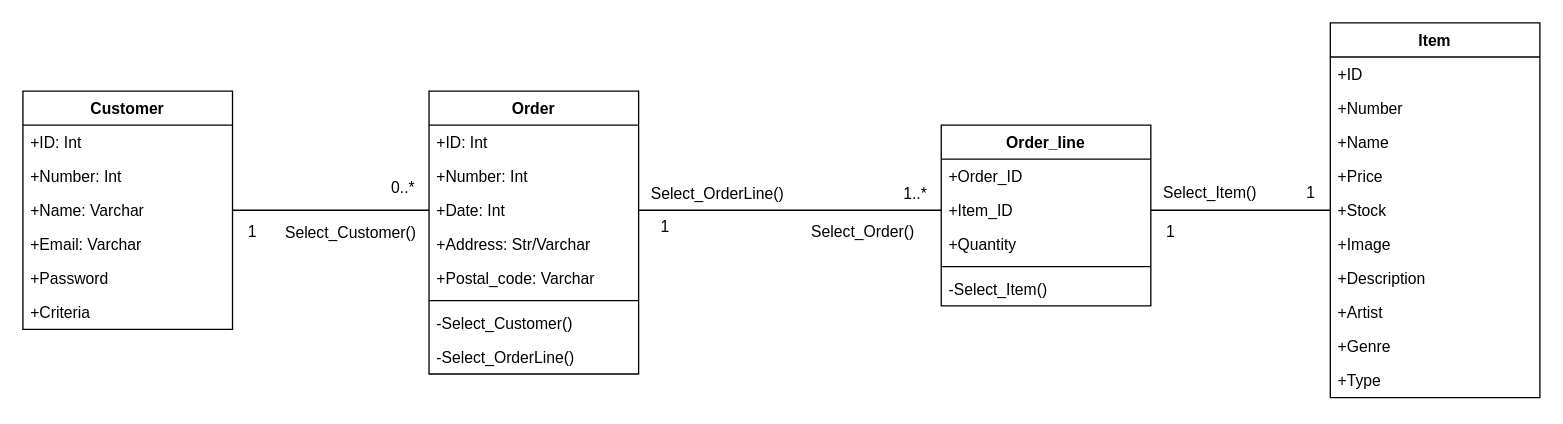
Earlier version of the draw.io diagram documents/RTR-CD-Class_Diagram-V1-JD.drawio (Reillum/educom-webshop-runtime-records-1739178221). Source tidied: cells renumbered, new cells numbered last; positions are measured from the earlier drawing's top-left corner, leaving out a move shared by most shapes. Both pictures are drawn from the tidied source at 131%, with x=0, y=0 at pixel (22, 22).
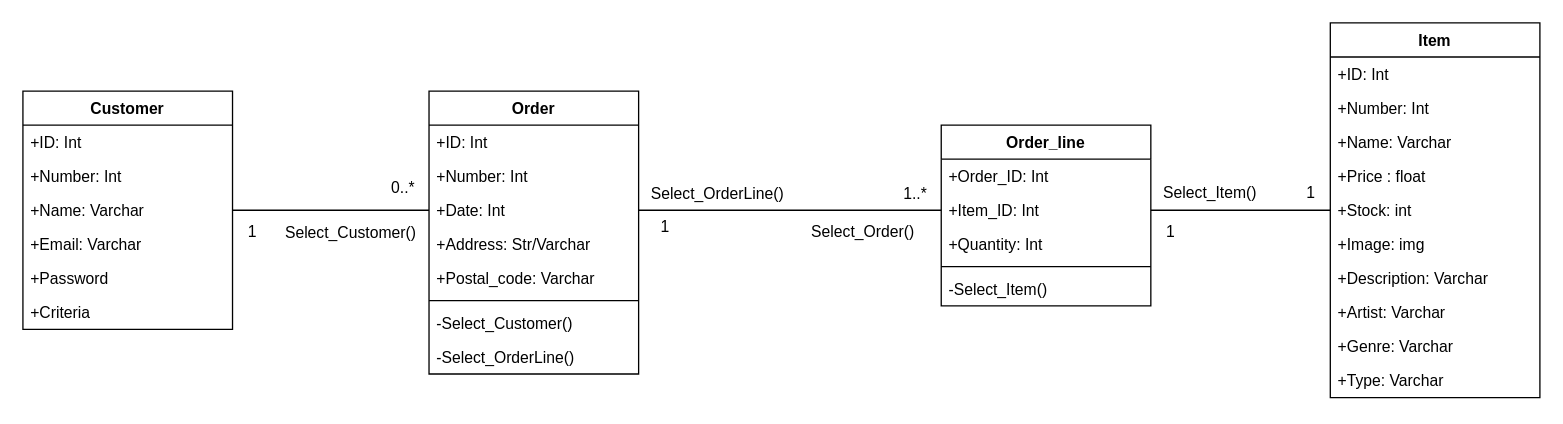
After the change.

The change refers to these unchanged cells:
```xml
<mxCell id="18" value="Order_line" style="swimlane;fontStyle=1;align=center;verticalAlign=top;horizontal=1;startSize=26;" parent="1" vertex="1">
  <mxGeometry x="701" y="78" width="160" height="138" as="geometry" />
</mxCell>
<mxCell id="24" value="Item" style="swimlane;fontStyle=1;align=center;verticalAlign=top;horizontal=1;startSize=26;" parent="1" vertex="1">
  <mxGeometry x="998" width="160" height="286" as="geometry" />
</mxCell>
```

Change to the diagram source:
```diff
@@
-    <mxCell id="19" value="+Order_ID" style="text;strokeColor=none;fillColor=none;align=left;verticalAlign=top;spacingLeft=4;spacingRight=4;overflow=hidden;" parent="18" vertex="1">
+    <mxCell id="19" value="+Order_ID: Int" style="text;strokeColor=none;fillColor=none;align=left;verticalAlign=top;spacingLeft=4;spacingRight=4;overflow=hidden;" parent="18" vertex="1">
       <mxGeometry y="26" width="160" height="26" as="geometry" />
     </mxCell>
-    <mxCell id="20" value="+Item_ID" style="text;strokeColor=none;fillColor=none;align=left;verticalAlign=top;spacingLeft=4;spacingRight=4;overflow=hidden;points=[[0,0.5],[1,0.5]];portConstraint=eastwest;" parent="18" vertex="1">
+    <mxCell id="20" value="+Item_ID: Int" style="text;strokeColor=none;fillColor=none;align=left;verticalAlign=top;spacingLeft=4;spacingRight=4;overflow=hidden;points=[[0,0.5],[1,0.5]];portConstraint=eastwest;" parent="18" vertex="1">
       <mxGeometry y="52" width="160" height="26" as="geometry" />
     </mxCell>
-    <mxCell id="21" value="+Quantity" style="text;strokeColor=none;fillColor=none;align=left;verticalAlign=top;spacingLeft=4;spacingRight=4;overflow=hidden;" parent="18" vertex="1">
+    <mxCell id="21" value="+Quantity: Int" style="text;strokeColor=none;fillColor=none;align=left;verticalAlign=top;spacingLeft=4;spacingRight=4;overflow=hidden;" parent="18" vertex="1">
       <mxGeometry y="78" width="160" height="26" as="geometry" />
     </mxCell>
@@
-    <mxCell id="25" value="+ID" style="text;strokeColor=none;fillColor=none;align=left;verticalAlign=top;spacingLeft=4;spacingRight=4;overflow=hidden;" parent="24" vertex="1">
+    <mxCell id="25" value="+ID: Int" style="text;strokeColor=none;fillColor=none;align=left;verticalAlign=top;spacingLeft=4;spacingRight=4;overflow=hidden;" parent="24" vertex="1">
       <mxGeometry y="26" width="160" height="26" as="geometry" />
     </mxCell>
-    <mxCell id="26" value="+Number" style="text;strokeColor=none;fillColor=none;align=left;verticalAlign=top;spacingLeft=4;spacingRight=4;overflow=hidden;" parent="24" vertex="1">
+    <mxCell id="26" value="+Number: Int" style="text;strokeColor=none;fillColor=none;align=left;verticalAlign=top;spacingLeft=4;spacingRight=4;overflow=hidden;" parent="24" vertex="1">
       <mxGeometry y="52" width="160" height="26" as="geometry" />
     </mxCell>
-    <mxCell id="27" value="+Name" style="text;strokeColor=none;fillColor=none;align=left;verticalAlign=top;spacingLeft=4;spacingRight=4;overflow=hidden;" parent="24" vertex="1">
+    <mxCell id="27" value="+Name: Varchar" style="text;strokeColor=none;fillColor=none;align=left;verticalAlign=top;spacingLeft=4;spacingRight=4;overflow=hidden;" parent="24" vertex="1">
       <mxGeometry y="78" width="160" height="26" as="geometry" />
     </mxCell>
-    <mxCell id="28" value="+Price " style="text;strokeColor=none;fillColor=none;align=left;verticalAlign=top;spacingLeft=4;spacingRight=4;overflow=hidden;" parent="24" vertex="1">
+    <mxCell id="28" value="+Price : float" style="text;strokeColor=none;fillColor=none;align=left;verticalAlign=top;spacingLeft=4;spacingRight=4;overflow=hidden;" parent="24" vertex="1">
       <mxGeometry y="104" width="160" height="26" as="geometry" />
     </mxCell>
-    <mxCell id="29" value="+Stock" style="text;strokeColor=none;fillColor=none;align=left;verticalAlign=top;spacingLeft=4;spacingRight=4;overflow=hidden;points=[[0,0.5],[1,0.5]];portConstraint=eastwest;" parent="24" vertex="1">
+    <mxCell id="29" value="+Stock: int" style="text;strokeColor=none;fillColor=none;align=left;verticalAlign=top;spacingLeft=4;spacingRight=4;overflow=hidden;points=[[0,0.5],[1,0.5]];portConstraint=eastwest;" parent="24" vertex="1">
       <mxGeometry y="130" width="160" height="26" as="geometry" />
     </mxCell>
-    <mxCell id="30" value="+Image" style="text;strokeColor=none;fillColor=none;align=left;verticalAlign=top;spacingLeft=4;spacingRight=4;overflow=hidden;" parent="24" vertex="1">
+    <mxCell id="30" value="+Image: img" style="text;strokeColor=none;fillColor=none;align=left;verticalAlign=top;spacingLeft=4;spacingRight=4;overflow=hidden;" parent="24" vertex="1">
       <mxGeometry y="156" width="160" height="26" as="geometry" />
     </mxCell>
-    <mxCell id="31" value="+Description" style="text;strokeColor=none;fillColor=none;align=left;verticalAlign=top;spacingLeft=4;spacingRight=4;overflow=hidden;" parent="24" vertex="1">
+    <mxCell id="31" value="+Description: Varchar" style="text;strokeColor=none;fillColor=none;align=left;verticalAlign=top;spacingLeft=4;spacingRight=4;overflow=hidden;" parent="24" vertex="1">
       <mxGeometry y="182" width="160" height="26" as="geometry" />
     </mxCell>
-    <mxCell id="32" value="+Artist" style="text;strokeColor=none;fillColor=none;align=left;verticalAlign=top;spacingLeft=4;spacingRight=4;overflow=hidden;" parent="24" vertex="1">
+    <mxCell id="32" value="+Artist: Varchar" style="text;strokeColor=none;fillColor=none;align=left;verticalAlign=top;spacingLeft=4;spacingRight=4;overflow=hidden;" parent="24" vertex="1">
       <mxGeometry y="208" width="160" height="26" as="geometry" />
     </mxCell>
-    <mxCell id="33" value="+Genre" style="text;strokeColor=none;fillColor=none;align=left;verticalAlign=top;spacingLeft=4;spacingRight=4;overflow=hidden;" parent="24" vertex="1">
+    <mxCell id="33" value="+Genre: Varchar" style="text;strokeColor=none;fillColor=none;align=left;verticalAlign=top;spacingLeft=4;spacingRight=4;overflow=hidden;" parent="24" vertex="1">
       <mxGeometry y="234" width="160" height="26" as="geometry" />
     </mxCell>
-    <mxCell id="34" value="+Type" style="text;strokeColor=none;fillColor=none;align=left;verticalAlign=top;spacingLeft=4;spacingRight=4;overflow=hidden;" parent="24" vertex="1">
+    <mxCell id="34" value="+Type: Varchar" style="text;strokeColor=none;fillColor=none;align=left;verticalAlign=top;spacingLeft=4;spacingRight=4;overflow=hidden;" parent="24" vertex="1">
       <mxGeometry y="260" width="160" height="26" as="geometry" />
     </mxCell>
```
